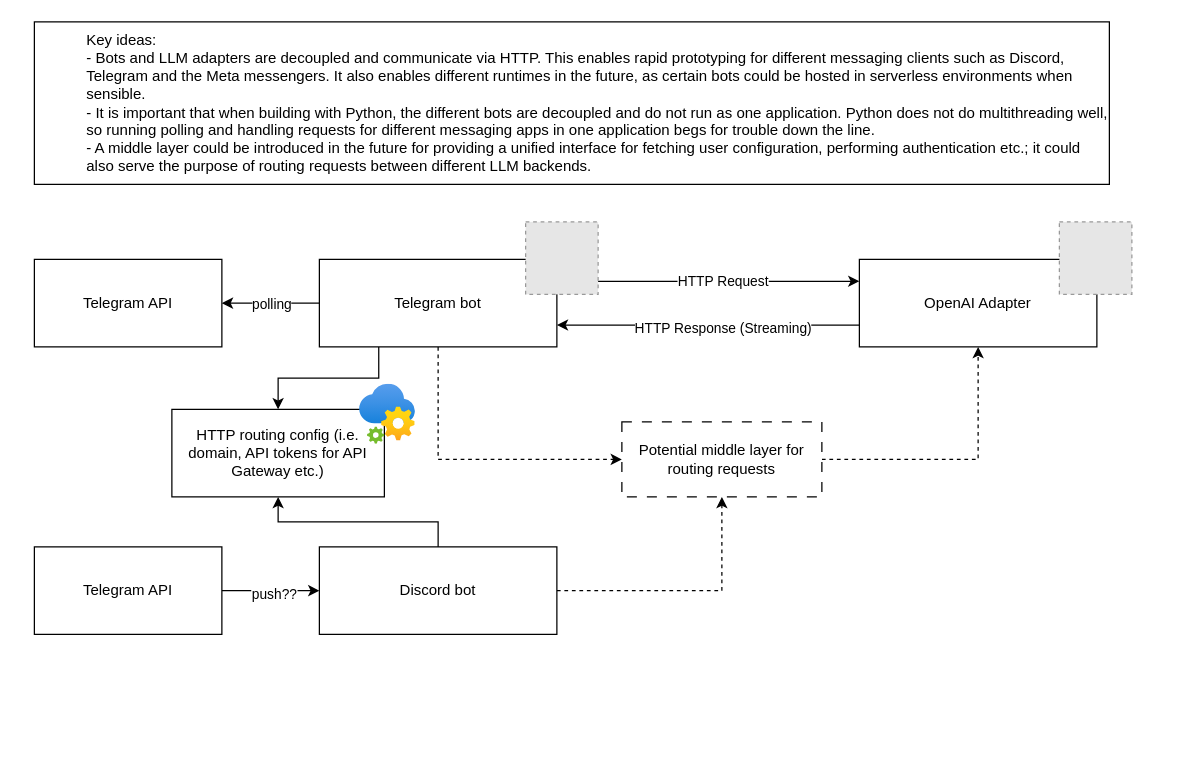
Before: openllm-messaging.drawio in twaslowski/open-llm-messaging, a draw.io diagram. Source tidied: cells renumbered, new cells numbered last; positions are measured from the earlier drawing's top-left corner, leaving out a move shared by most shapes. Both pictures are drawn from the tidied source at 125%, with x=0, y=0 at pixel (34, 21). Pictures stored in the file or linked from it are replaced by grey dashed boxes.
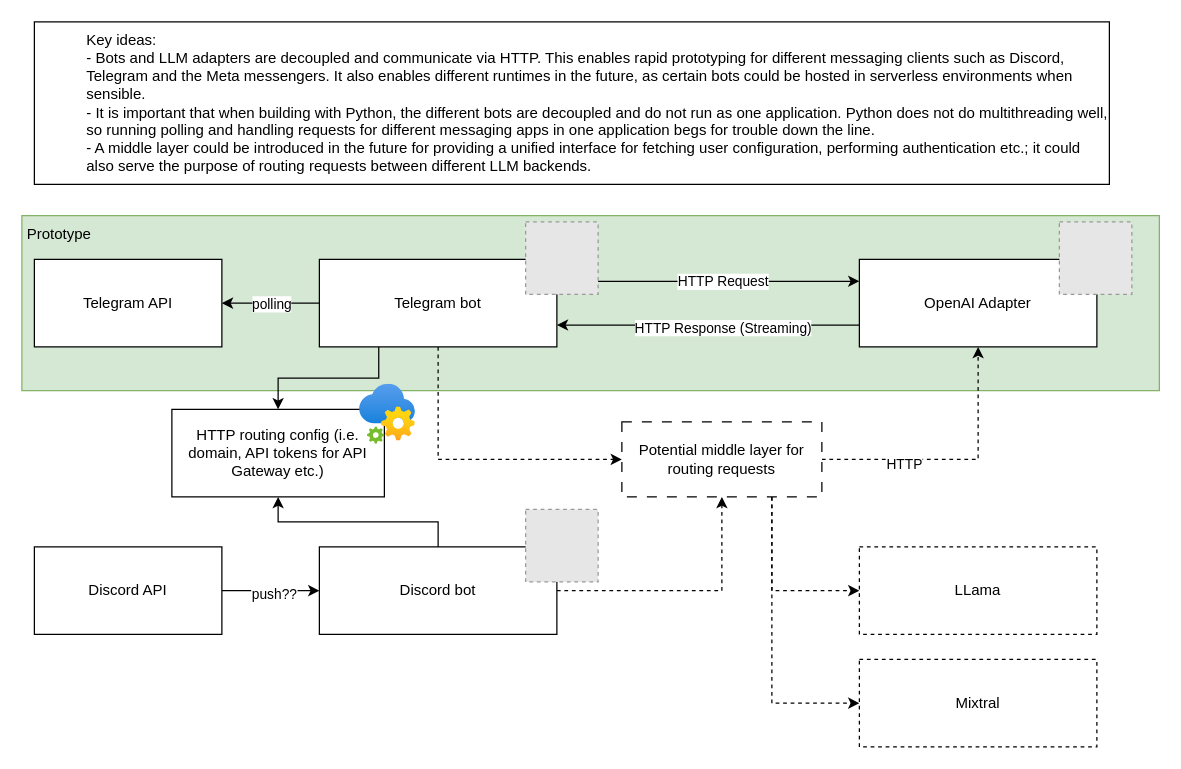
The same page after the edit.

Commit message:
Extend architectural diagram

Unchanged cells that the change refers to:
```xml
<mxCell id="15" style="edgeStyle=orthogonalEdgeStyle;rounded=0;jettySize=auto;html=1;exitX=1;exitY=0.5;exitDx=0;exitDy=0;entryX=0.5;entryY=1;entryDx=0;entryDy=0;dashed=1;" parent="1" edge="1" source="16" target="13">
  <mxGeometry relative="1" as="geometry" />
</mxCell>
<mxCell id="16" value="Potential middle layer for routing requests" style="rounded=0;whiteSpace=wrap;html=1;dashed=1;dashPattern=8 8;" parent="1" vertex="1">
  <mxGeometry x="470" y="320" width="160" height="60" as="geometry" />
</mxCell>
```

The edit, as a diff of the source:
```diff
@@
+    <mxCell id="26" style="rounded=0;whiteSpace=wrap;html=1;fillColor=#d5e8d4;strokeColor=#82b366;" parent="1" vertex="1">
+      <mxGeometry x="-10" y="155" width="910" height="140" as="geometry" />
+    </mxCell>
@@
+    <mxCell id="27" value="HTTP" style="edgeLabel;html=1;align=center;verticalAlign=middle;" parent="15" vertex="1">
+      <mxGeometry x="-0.4" y="-3" relative="1" as="geometry" />
+    </mxCell>
+    <mxCell id="28" style="edgeStyle=orthogonalEdgeStyle;rounded=0;jettySize=auto;html=1;exitX=0.75;exitY=1;exitDx=0;exitDy=0;entryX=0;entryY=0.5;entryDx=0;entryDy=0;dashed=1;" parent="1" edge="1" source="16" target="30">
+      <mxGeometry relative="1" as="geometry" />
+    </mxCell>
+    <mxCell id="29" style="edgeStyle=orthogonalEdgeStyle;rounded=0;jettySize=auto;html=1;exitX=0.75;exitY=1;exitDx=0;exitDy=0;entryX=0;entryY=0.5;entryDx=0;entryDy=0;dashed=1;" parent="1" edge="1" source="16" target="32">
+      <mxGeometry relative="1" as="geometry" />
+    </mxCell>
@@
-    <mxCell id="23" value="Telegram API" style="rounded=0;whiteSpace=wrap;html=1;" parent="1" vertex="1">
+    <mxCell id="23" value="Discord API" style="rounded=0;whiteSpace=wrap;html=1;" parent="1" vertex="1">
       <mxGeometry y="420" width="150" height="70" as="geometry" />
     </mxCell>
@@
+    <mxCell id="30" value="LLama" style="rounded=0;whiteSpace=wrap;html=1;dashed=1;" parent="1" vertex="1">
+      <mxGeometry x="660" y="420" width="190" height="70" as="geometry" />
+    </mxCell>
+    <mxCell id="31" style="fillColor=#E6E6E6;strokeColor=#999999;dashed=1;html=1;verticalAlign=top;verticalLabelPosition=bottom;labelBackgroundColor=#ffffff;" parent="1" vertex="1">
+      <mxGeometry x="393" y="390" width="58" height="58" as="geometry" />
+    </mxCell>
+    <mxCell id="32" value="Mixtral" style="rounded=0;whiteSpace=wrap;html=1;dashed=1;" parent="1" vertex="1">
+      <mxGeometry x="660" y="510" width="190" height="70" as="geometry" />
+    </mxCell>
+    <mxCell id="33" value="Prototype" style="text;html=1;align=center;verticalAlign=middle;whiteSpace=wrap;rounded=0;" parent="1" vertex="1">
+      <mxGeometry x="-10" y="155" width="60" height="30" as="geometry" />
+    </mxCell>
```
